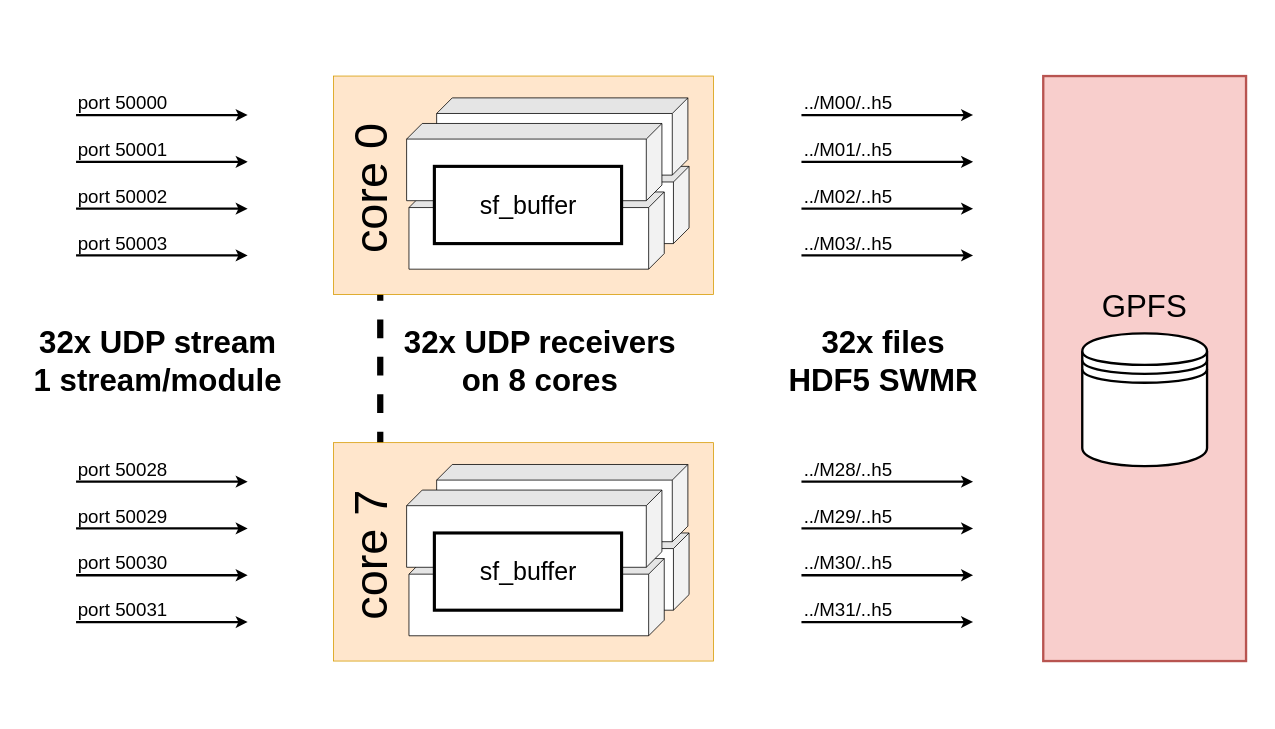
This is page "sf_buffer_deploy" (3 of 5) of sf_daq_buffer.drawio from paulscherrerinstitute/sf_daq_buffer, a draw.io file, before an edit. Source tidied: cells renumbered, new cells numbered last; positions are measured from the earlier drawing's top-left corner, leaving out a move shared by most shapes. Both pictures are drawn from the tidied source at 78%, with x=0, y=0 at pixel (13, 76).
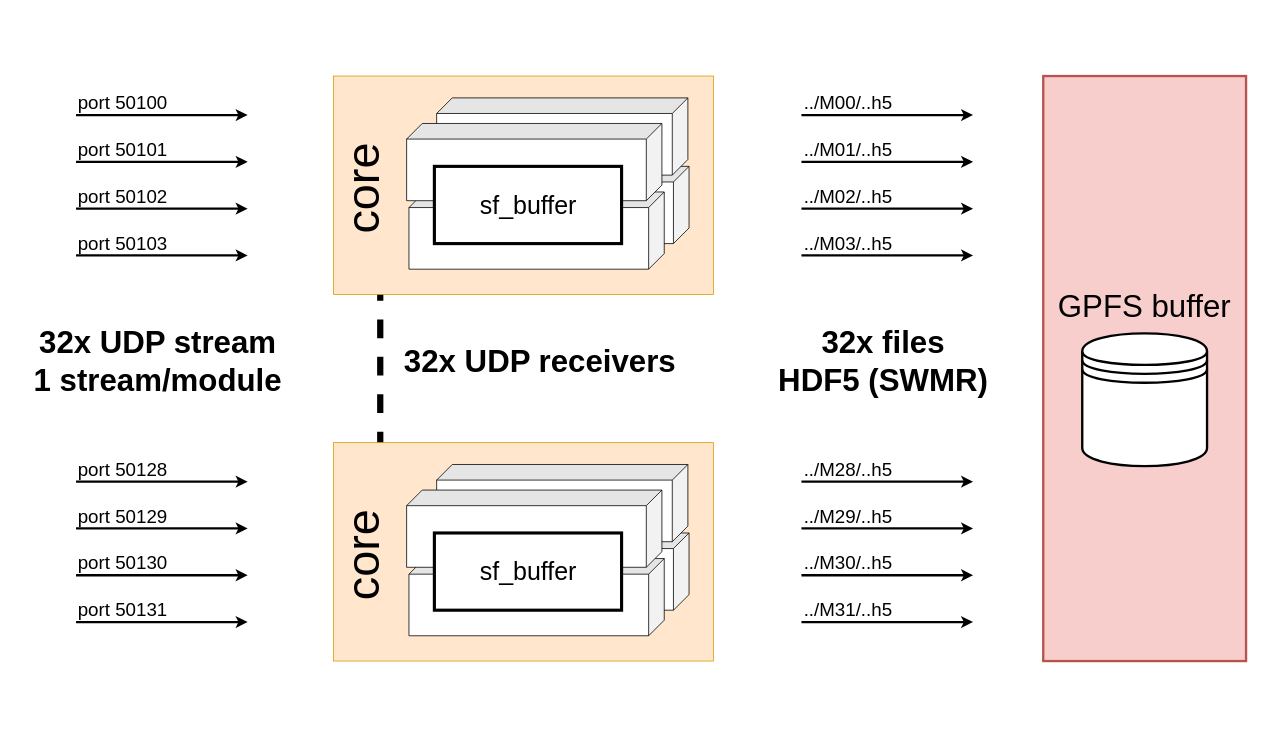
The same diagram, later.

Unchanged cells that the change refers to:
```xml
<mxCell id="4" style="group;" parent="1" vertex="1">
  <mxGeometry x="407.2" y="470" width="490" height="280" as="geometry" />
</mxCell>
<mxCell id="21" style="group;" parent="1" vertex="1">
  <mxGeometry x="70" y="40" width="300" height="650" as="geometry" />
</mxCell>
<mxCell id="37" style="group;" parent="1" vertex="1">
  <mxGeometry x="930" y="50" width="370" height="650" as="geometry" />
</mxCell>
<mxCell id="54" style="group;" parent="1" vertex="1">
  <mxGeometry x="1320" width="260" height="750" as="geometry" />
</mxCell>
```

Change to the diagram source:
```diff
@@
+    <mxCell id="76" style="rounded=0;whiteSpace=wrap;html=1;fillColor=none;strokeColor=none;" parent="1" vertex="1">
+      <mxGeometry y="-80" width="1600" height="900" as="geometry" />
+    </mxCell>
@@
-    <mxCell id="3" value="32x UDP receivers&lt;br&gt;on 8 cores" style="text;html=1;strokeColor=none;fillColor=none;align=center;verticalAlign=middle;whiteSpace=wrap;rounded=0;fontSize=40;fontStyle=1;" parent="1" vertex="1">
+    <mxCell id="3" value="32x UDP receivers" style="text;html=1;strokeColor=none;fillColor=none;align=center;verticalAlign=middle;whiteSpace=wrap;rounded=0;fontSize=40;fontStyle=1;" parent="1" vertex="1">
       <mxGeometry x="490" y="330" width="370" height="70" as="geometry" />
     </mxCell>
@@
-    <mxCell id="20" value="core 7" style="text;strokeColor=none;fillColor=none;align=center;verticalAlign=middle;rounded=0;fontSize=60;direction=east;rotation=270;" parent="4" vertex="1">
-      <mxGeometry x="-17.2" y="100" width="120.6" height="86.2" as="geometry" />
+    <mxCell id="20" value="core" style="text;strokeColor=none;fillColor=none;align=center;verticalAlign=middle;rounded=0;fontSize=60;direction=east;rotation=270;" parent="4" vertex="1">
+      <mxGeometry x="-27.2" y="100" width="120.6" height="86.2" as="geometry" />
     </mxCell>
@@
-    <mxCell id="30" value="port 50001" style="text;html=1;strokeColor=none;fillColor=none;align=center;verticalAlign=middle;whiteSpace=wrap;rounded=0;fontSize=24;strokeWidth=3;" parent="21" vertex="1">
+    <mxCell id="30" value="port 50101" style="text;html=1;strokeColor=none;fillColor=none;align=center;verticalAlign=middle;whiteSpace=wrap;rounded=0;fontSize=24;strokeWidth=3;" parent="21" vertex="1">
       <mxGeometry x="10" y="40" width="120" height="30" as="geometry" />
     </mxCell>
-    <mxCell id="31" value="port 50002" style="text;html=1;strokeColor=none;fillColor=none;align=center;verticalAlign=middle;whiteSpace=wrap;rounded=0;fontSize=24;strokeWidth=3;" parent="21" vertex="1">
+    <mxCell id="31" value="port 50102" style="text;html=1;strokeColor=none;fillColor=none;align=center;verticalAlign=middle;whiteSpace=wrap;rounded=0;fontSize=24;strokeWidth=3;" parent="21" vertex="1">
       <mxGeometry x="10" y="100" width="120" height="30" as="geometry" />
     </mxCell>
-    <mxCell id="32" value="port 50003" style="text;html=1;strokeColor=none;fillColor=none;align=center;verticalAlign=middle;whiteSpace=wrap;rounded=0;fontSize=24;strokeWidth=3;" parent="21" vertex="1">
+    <mxCell id="32" value="port 50103" style="text;html=1;strokeColor=none;fillColor=none;align=center;verticalAlign=middle;whiteSpace=wrap;rounded=0;fontSize=24;strokeWidth=3;" parent="21" vertex="1">
       <mxGeometry x="10" y="160" width="120" height="30" as="geometry" />
     </mxCell>
-    <mxCell id="33" value="port 50028" style="text;html=1;strokeColor=none;fillColor=none;align=center;verticalAlign=middle;whiteSpace=wrap;rounded=0;fontSize=24;strokeWidth=3;" parent="21" vertex="1">
+    <mxCell id="33" value="port 50128" style="text;html=1;strokeColor=none;fillColor=none;align=center;verticalAlign=middle;whiteSpace=wrap;rounded=0;fontSize=24;strokeWidth=3;" parent="21" vertex="1">
       <mxGeometry x="10" y="450" width="120" height="30" as="geometry" />
     </mxCell>
-    <mxCell id="34" value="port 50029" style="text;html=1;strokeColor=none;fillColor=none;align=center;verticalAlign=middle;whiteSpace=wrap;rounded=0;fontSize=24;strokeWidth=3;" parent="21" vertex="1">
+    <mxCell id="34" value="port 50129" style="text;html=1;strokeColor=none;fillColor=none;align=center;verticalAlign=middle;whiteSpace=wrap;rounded=0;fontSize=24;strokeWidth=3;" parent="21" vertex="1">
       <mxGeometry x="10" y="510" width="120" height="30" as="geometry" />
     </mxCell>
-    <mxCell id="35" value="port 50030" style="text;html=1;strokeColor=none;fillColor=none;align=center;verticalAlign=middle;whiteSpace=wrap;rounded=0;fontSize=24;strokeWidth=3;" parent="21" vertex="1">
+    <mxCell id="35" value="port 50130" style="text;html=1;strokeColor=none;fillColor=none;align=center;verticalAlign=middle;whiteSpace=wrap;rounded=0;fontSize=24;strokeWidth=3;" parent="21" vertex="1">
       <mxGeometry x="10" y="570" width="120" height="30" as="geometry" />
     </mxCell>
-    <mxCell id="36" value="port 50031" style="text;html=1;strokeColor=none;fillColor=none;align=center;verticalAlign=middle;whiteSpace=wrap;rounded=0;fontSize=24;strokeWidth=3;" parent="21" vertex="1">
+    <mxCell id="36" value="port 50131" style="text;html=1;strokeColor=none;fillColor=none;align=center;verticalAlign=middle;whiteSpace=wrap;rounded=0;fontSize=24;strokeWidth=3;" parent="21" vertex="1">
       <mxGeometry x="10" y="630" width="120" height="30" as="geometry" />
     </mxCell>
@@
-    <mxCell id="46" value="32x files&lt;br&gt;HDF5 SWMR" style="text;html=1;strokeColor=none;fillColor=none;align=center;verticalAlign=middle;whiteSpace=wrap;rounded=0;fontSize=40;fontStyle=1;" parent="37" vertex="1">
+    <mxCell id="46" value="32x files&lt;br&gt;HDF5 (SWMR)" style="text;html=1;strokeColor=none;fillColor=none;align=center;verticalAlign=middle;whiteSpace=wrap;rounded=0;fontSize=40;fontStyle=1;" parent="37" vertex="1">
       <mxGeometry y="280" width="370" height="70" as="geometry" />
     </mxCell>
@@
-    <mxCell id="57" value="GPFS" style="text;html=1;strokeColor=none;fillColor=none;align=center;verticalAlign=middle;whiteSpace=wrap;rounded=0;fontSize=40;" parent="54" vertex="1">
+    <mxCell id="57" value="GPFS buffer" style="text;html=1;strokeColor=none;fillColor=none;align=center;verticalAlign=middle;whiteSpace=wrap;rounded=0;fontSize=40;" parent="54" vertex="1">
       <mxGeometry x="10" y="260" width="240" height="70" as="geometry" />
     </mxCell>
@@
-    <mxCell id="60" value="core 0" style="text;strokeColor=none;fillColor=none;align=center;verticalAlign=middle;rounded=0;fontSize=60;direction=east;rotation=270;" parent="1" vertex="1">
-      <mxGeometry x="390" y="100" width="120.6" height="86.2" as="geometry" />
+    <mxCell id="60" value="core" style="text;strokeColor=none;fillColor=none;align=center;verticalAlign=middle;rounded=0;fontSize=60;direction=east;rotation=270;" parent="1" vertex="1">
+      <mxGeometry x="380" y="100" width="120.6" height="86.2" as="geometry" />
     </mxCell>
@@
-    <mxCell id="73" value="port 50000" style="text;html=1;strokeColor=none;fillColor=none;align=center;verticalAlign=middle;whiteSpace=wrap;rounded=0;fontSize=24;strokeWidth=3;" parent="1" vertex="1">
+    <mxCell id="73" value="port 50100" style="text;html=1;strokeColor=none;fillColor=none;align=center;verticalAlign=middle;whiteSpace=wrap;rounded=0;fontSize=24;strokeWidth=3;" parent="1" vertex="1">
       <mxGeometry x="80" y="20" width="120" height="30" as="geometry" />
     </mxCell>
```
